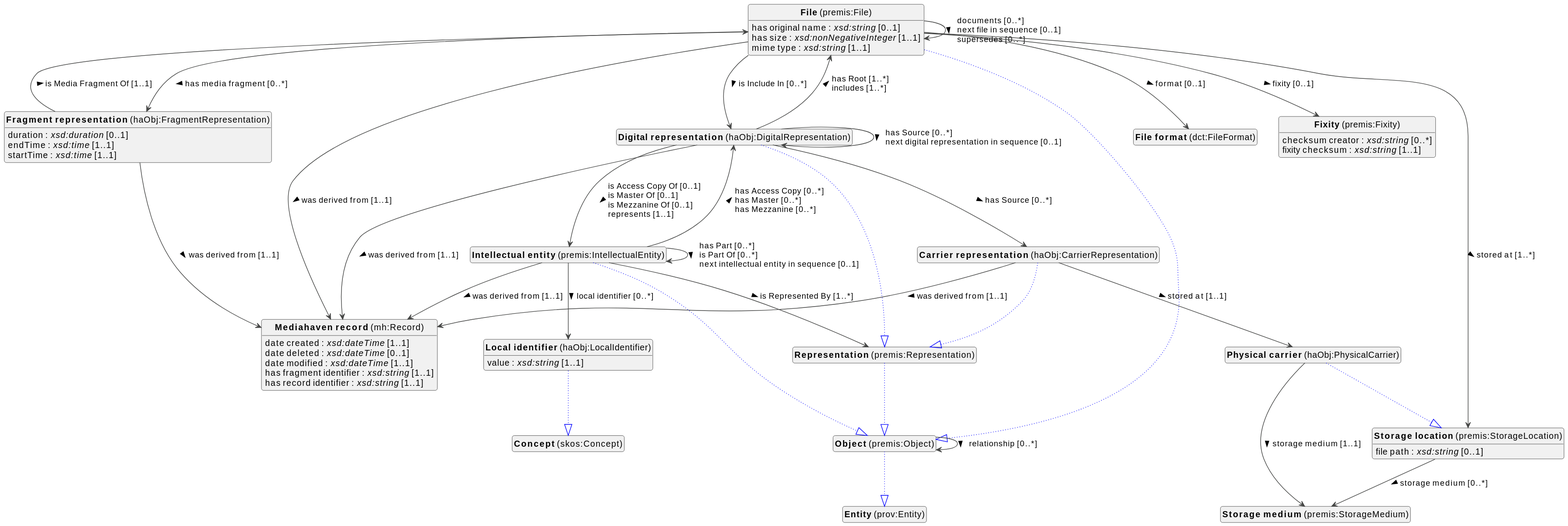
This is docs/metadata/knowledge-graph/0.0.1/objects/en/objects-diagram.svg from viaacode/documentation-jekyll, a PlantUML export, as it was before one commit.
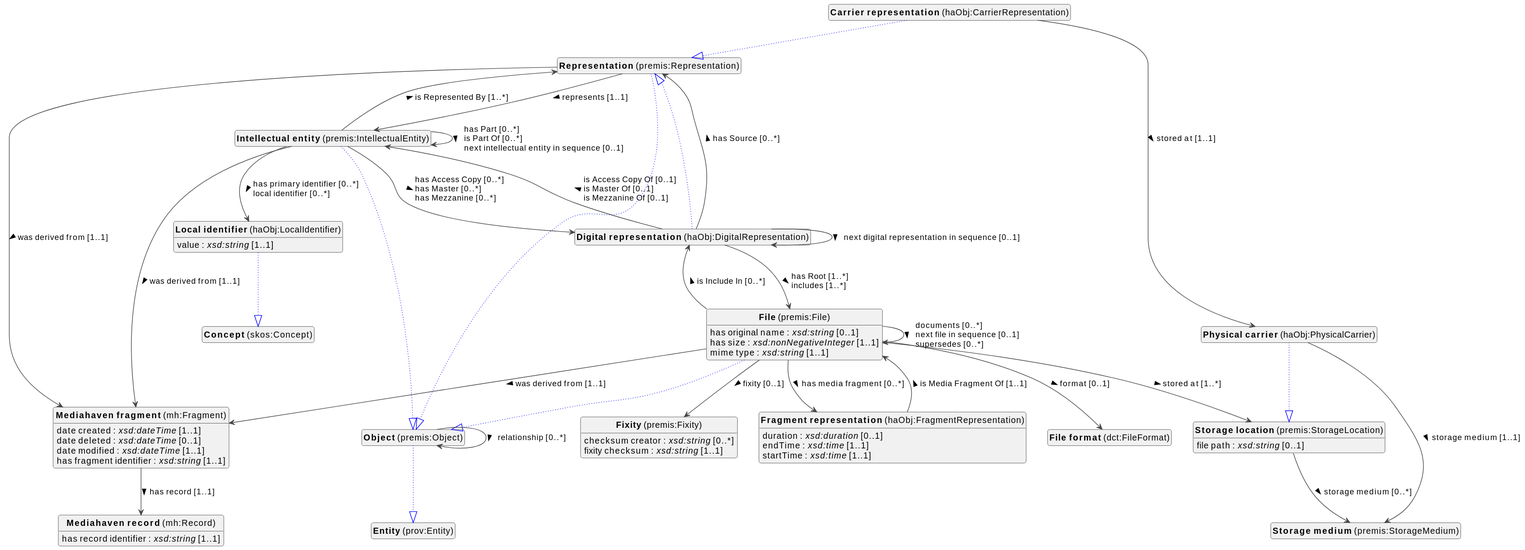
The same file after the commit.

The edit, as a diff of the source:
```diff
@@ -23,6 +23,7 @@
 class "<b>Object</b> (premis:Object)" as premis_Object [[#premis%3AObject]]
 class "<b>Local identifier</b> (haObj:LocalIdentifier)" as haObj_LocalIdentifier [[#haObj%3ALocalIdentifier]]
 class "<b>Concept</b> (skos:Concept)" as skos_Concept [[#skos%3AConcept]]
+class "<b>Mediahaven fragment</b> (mh:Fragment)" as mh_Fragment [[#mh%3AFragment]]
 class "<b>Mediahaven record</b> (mh:Record)" as mh_Record [[#mh%3ARecord]]
 class "<b>Object</b> (premis:Object)" as premis_Object [[#premis%3AObject]]
 class "<b>Entity</b> (prov:Entity)" as prov_Entity [[#prov%3AEntity]]
@@ -36,15 +37,13 @@
 haObj_CarrierRepresentation --|> premis_Representation #blue;line.dotted;text:blue
 
 haObj_CarrierRepresentation --> haObj_PhysicalCarrier :stored at [1..1]  >
-haObj_CarrierRepresentation --> mh_Record :was derived from [1..1]  >
 
 haObj_DigitalRepresentation --|> premis_Representation #blue;line.dotted;text:blue
 
-haObj_DigitalRepresentation --> haObj_CarrierRepresentation :has Source [0..*]  >
-haObj_DigitalRepresentation --> haObj_DigitalRepresentation :has Source [0..*]  \lnext digital representation in sequence [0..1]  >
-haObj_DigitalRepresentation --> mh_Record :was derived from [1..1]  >
+haObj_DigitalRepresentation --> haObj_DigitalRepresentation :next digital representation in sequence [0..1]  >
 haObj_DigitalRepresentation --> premis_File :has Root [1..*]  \lincludes [1..*]  >
-haObj_DigitalRepresentation --> premis_IntellectualEntity :is Access Copy Of [0..1]  \lis Master Of [0..1]  \lis Mezzanine Of [0..1]  \lrepresents [1..1]  >
+haObj_DigitalRepresentation --> premis_IntellectualEntity :is Access Copy Of [0..1]  \lis Master Of [0..1]  \lis Mezzanine Of [0..1]  >
+haObj_DigitalRepresentation --> premis_Representation :has Source [0..*]  >
 
 premis_File --|> premis_Object #blue;line.dotted;text:blue
 
@@ -54,7 +53,7 @@
 premis_File --> dct_FileFormat :format [0..1]  >
 premis_File --> haObj_DigitalRepresentation :is Include In [0..*]  >
 premis_File --> haObj_FragmentRepresentation :has media fragment [0..*]  >
-premis_File --> mh_Record :was derived from [1..1]  >
+premis_File --> mh_Fragment :was derived from [1..1]  >
 premis_File --> premis_File :documents [0..*]  \lnext file in sequence [0..1]  \lsupersedes [0..*]  >
 premis_File --> premis_Fixity :fixity [0..1]  >
 premis_File --> premis_StorageLocation :stored at [1..*]  >
@@ -72,7 +71,6 @@
 haObj_FragmentRepresentation : duration : <i>xsd:duration</i> [0..1]
 haObj_FragmentRepresentation : endTime : <i>xsd:time</i> [1..1]
 haObj_FragmentRepresentation : startTime : <i>xsd:time</i> [1..1]
-haObj_FragmentRepresentation --> mh_Record :was derived from [1..1]  >
 haObj_FragmentRepresentation --> premis_File :is Media Fragment Of [1..1]  >
 
 
@@ -80,8 +78,8 @@
 premis_IntellectualEntity --|> premis_Object #blue;line.dotted;text:blue
 
 premis_IntellectualEntity --> haObj_DigitalRepresentation :has Access Copy [0..*]  \lhas Master [0..*]  \lhas Mezzanine [0..*]  >
-premis_IntellectualEntity --> haObj_LocalIdentifier :local identifier [0..*]  >
-premis_IntellectualEntity --> mh_Record :was derived from [1..1]  >
+premis_IntellectualEntity --> haObj_LocalIdentifier :has primary identifier [0..*]  \llocal identifier [0..*]  >
+premis_IntellectualEntity --> mh_Fragment :was derived from [1..1]  >
 premis_IntellectualEntity --> premis_IntellectualEntity :has Part [0..*]  \lis Part Of [0..*]  \lnext intellectual entity in sequence [0..1]  >
 premis_IntellectualEntity --> premis_Representation :is Represented By [1..*]  >
 
@@ -91,12 +89,16 @@
 
 
 
-mh_Record : date created : <i>xsd:dateTime</i> [1..1]
-mh_Record : date deleted : <i>xsd:dateTime</i> [0..1]
-mh_Record : date modified : <i>xsd:dateTime</i> [1..1]
-mh_Record : has fragment identifier : <i>xsd:string</i> [1..1]
+mh_Fragment : date created : <i>xsd:dateTime</i> [1..1]
+mh_Fragment : date deleted : <i>xsd:dateTime</i> [0..1]
+mh_Fragment : date modified : <i>xsd:dateTime</i> [1..1]
+mh_Fragment : has fragment identifier : <i>xsd:string</i> [1..1]
+mh_Fragment --> mh_Record :has record [1..1]  >
+
+
+
+
 mh_Record : has record identifier : <i>xsd:string</i> [1..1]
-
 
 
 premis_Object --|> prov_Entity #blue;line.dotted;text:blue
@@ -109,6 +111,8 @@
 
 premis_Representation --|> premis_Object #blue;line.dotted;text:blue
 
+premis_Representation --> mh_Fragment :was derived from [1..1]  >
+premis_Representation --> premis_IntellectualEntity :represents [1..1]  >
 
 
 premis_StorageLocation : file path : <i>xsd:string</i> [0..1]
```
